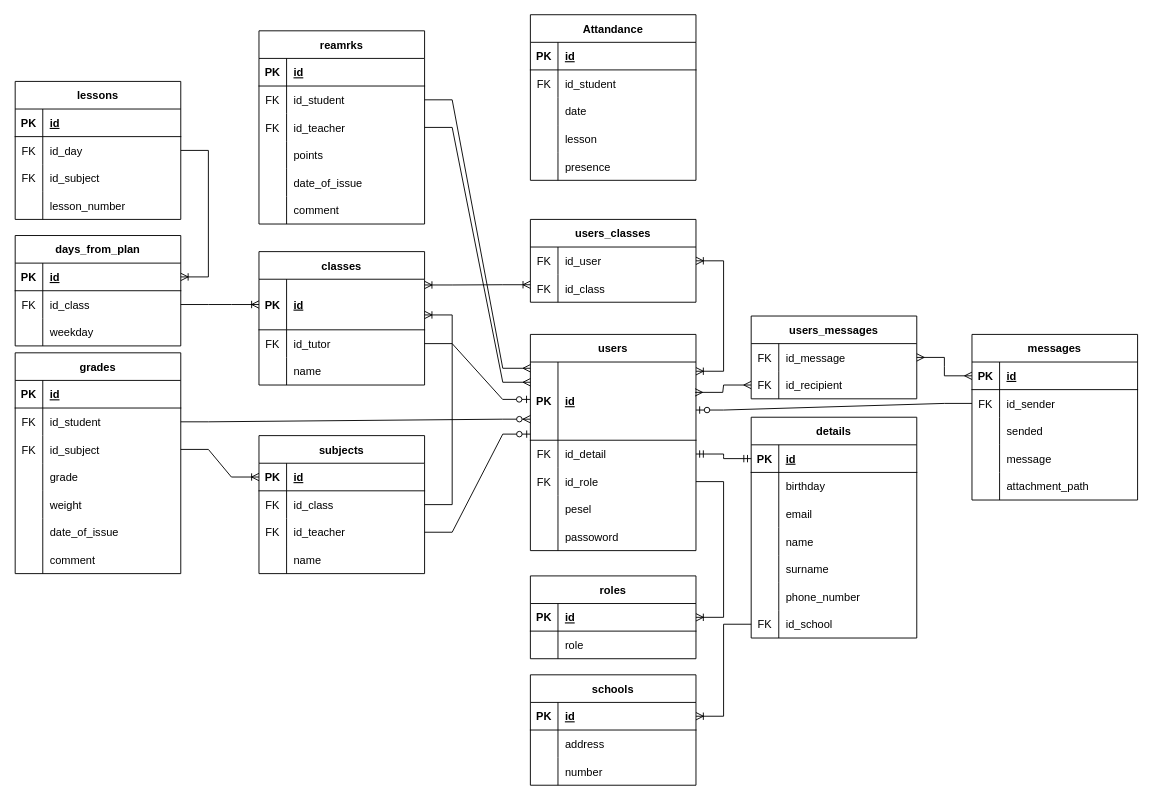
Above: Diarium.drawio in Wadowski-Mateusz/WdPAI (draw.io), before the change. Source tidied: cells renumbered, new cells numbered last; positions are measured from the earlier drawing's top-left corner, leaving out a move shared by most shapes. Both pictures are drawn from the tidied source at 92%, with x=0, y=0 at pixel (15, 14).
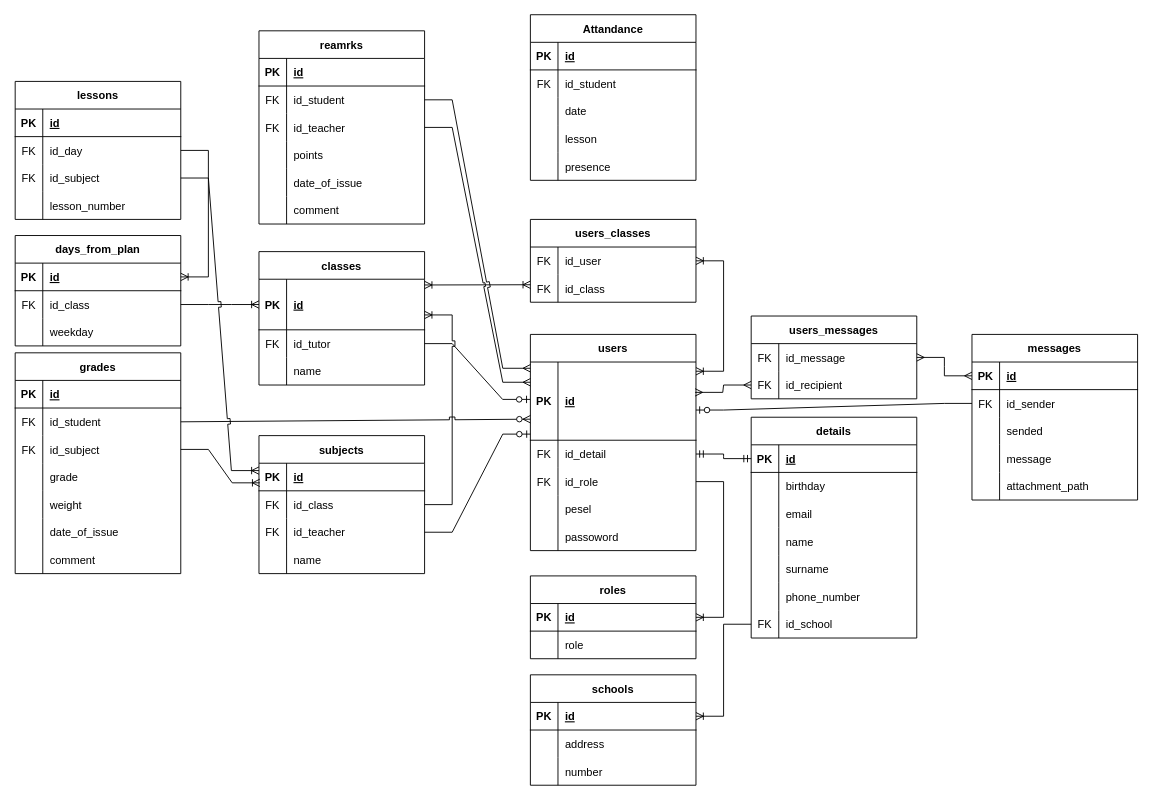
The same diagram, later.

Unchanged cells that the change refers to:
```xml
<mxCell id="6" style="shape=tableRow;horizontal=0;startSize=0;swimlaneHead=0;swimlaneBody=0;fillColor=none;points=[[0,0.5],[1,0.5]];portConstraint=eastwest;top=0;left=0;right=0;bottom=0;rounded=0;labelBackgroundColor=none;" parent="2" vertex="1">
  <mxGeometry y="60" width="180" height="30" as="geometry" />
</mxCell>
<mxCell id="9" style="shape=tableRow;horizontal=0;startSize=0;swimlaneHead=0;swimlaneBody=0;fillColor=none;points=[[0,0.5],[1,0.5]];portConstraint=eastwest;top=0;left=0;right=0;bottom=0;rounded=0;labelBackgroundColor=none;" parent="2" vertex="1">
  <mxGeometry y="90" width="180" height="30" as="geometry" />
</mxCell>
<mxCell id="24" value="classes" style="shape=table;startSize=30;childLayout=tableLayout;rowLines=0;fontStyle=1;align=center;rounded=0;labelBackgroundColor=none;" parent="1" vertex="1">
  <mxGeometry x="265" y="258" width="180" height="145" as="geometry" />
</mxCell>
<mxCell id="25" style="shape=tableRow;horizontal=0;startSize=0;swimlaneHead=0;swimlaneBody=0;fillColor=none;points=[[0,0.5],[1,0.5]];portConstraint=eastwest;top=0;left=0;right=0;bottom=1;rounded=0;labelBackgroundColor=none;" parent="24" vertex="1">
  <mxGeometry y="30" width="180" height="55" as="geometry" />
</mxCell>
<mxCell id="28" style="shape=tableRow;horizontal=0;startSize=0;swimlaneHead=0;swimlaneBody=0;fillColor=none;points=[[0,0.5],[1,0.5]];portConstraint=eastwest;top=0;left=0;right=0;bottom=0;rounded=0;labelBackgroundColor=none;" parent="24" vertex="1">
  <mxGeometry y="85" width="180" height="30" as="geometry" />
</mxCell>
<mxCell id="45" style="shape=tableRow;horizontal=0;startSize=0;swimlaneHead=0;swimlaneBody=0;fillColor=none;points=[[0,0.5],[1,0.5]];portConstraint=eastwest;top=0;left=0;right=0;bottom=1;rounded=0;labelBackgroundColor=none;" parent="44" vertex="1">
  <mxGeometry y="30" width="180" height="30" as="geometry" />
</mxCell>
<mxCell id="48" style="shape=tableRow;horizontal=0;startSize=0;swimlaneHead=0;swimlaneBody=0;fillColor=none;points=[[0,0.5],[1,0.5]];portConstraint=eastwest;top=0;left=0;right=0;bottom=0;rounded=0;labelBackgroundColor=none;" parent="44" vertex="1">
  <mxGeometry y="60" width="180" height="30" as="geometry" />
</mxCell>
<mxCell id="51" style="shape=tableRow;horizontal=0;startSize=0;swimlaneHead=0;swimlaneBody=0;fillColor=none;points=[[0,0.5],[1,0.5]];portConstraint=eastwest;top=0;left=0;right=0;bottom=0;rounded=0;labelBackgroundColor=none;" parent="44" vertex="1">
  <mxGeometry y="90" width="180" height="30" as="geometry" />
</mxCell>
<mxCell id="61" style="shape=tableRow;horizontal=0;startSize=0;swimlaneHead=0;swimlaneBody=0;fillColor=none;points=[[0,0.5],[1,0.5]];portConstraint=eastwest;top=0;left=0;right=0;bottom=0;rounded=0;labelBackgroundColor=none;" parent="57" vertex="1">
  <mxGeometry y="60" width="180" height="30" as="geometry" />
</mxCell>
<mxCell id="64" style="shape=tableRow;horizontal=0;startSize=0;swimlaneHead=0;swimlaneBody=0;fillColor=none;points=[[0,0.5],[1,0.5]];portConstraint=eastwest;top=0;left=0;right=0;bottom=0;rounded=0;labelBackgroundColor=none;" parent="57" vertex="1">
  <mxGeometry y="90" width="180" height="30" as="geometry" />
</mxCell>
<mxCell id="93" style="shape=tableRow;horizontal=0;startSize=0;swimlaneHead=0;swimlaneBody=0;fillColor=none;points=[[0,0.5],[1,0.5]];portConstraint=eastwest;top=0;left=0;right=0;bottom=1;rounded=0;labelBackgroundColor=none;" parent="92" vertex="1">
  <mxGeometry y="30" width="180" height="30" as="geometry" />
</mxCell>
<mxCell id="106" style="shape=tableRow;horizontal=0;startSize=0;swimlaneHead=0;swimlaneBody=0;fillColor=none;points=[[0,0.5],[1,0.5]];portConstraint=eastwest;top=0;left=0;right=0;bottom=0;rounded=0;labelBackgroundColor=none;" parent="102" vertex="1">
  <mxGeometry y="60" width="180" height="30" as="geometry" />
</mxCell>
<mxCell id="109" style="shape=tableRow;horizontal=0;startSize=0;swimlaneHead=0;swimlaneBody=0;fillColor=none;points=[[0,0.5],[1,0.5]];portConstraint=eastwest;top=0;left=0;right=0;bottom=0;rounded=0;labelBackgroundColor=none;" parent="102" vertex="1">
  <mxGeometry y="90" width="180" height="30" as="geometry" />
</mxCell>
<mxCell id="123" style="shape=tableRow;horizontal=0;startSize=0;swimlaneHead=0;swimlaneBody=0;fillColor=none;points=[[0,0.5],[1,0.5]];portConstraint=eastwest;top=0;left=0;right=0;bottom=1;rounded=0;labelBackgroundColor=none;" parent="122" vertex="1">
  <mxGeometry y="30" width="180" height="85" as="geometry" />
</mxCell>
```

Diff of the diagram source:
```diff
@@
-    <mxCell id="184" style="edgeStyle=entityRelationEdgeStyle;fontSize=12;html=1;endArrow=ERoneToMany;startArrow=ERoneToMany;rounded=0;exitX=1;exitY=0.25;exitDx=0;exitDy=0;labelBackgroundColor=none;fontColor=default;" parent="1" edge="1" source="24">
+    <mxCell id="184" style="edgeStyle=entityRelationEdgeStyle;fontSize=12;html=1;endArrow=ERoneToMany;startArrow=ERoneToMany;rounded=0;exitX=1;exitY=0.25;exitDx=0;exitDy=0;labelBackgroundColor=none;fontColor=default;jumpStyle=sharp;" parent="1" edge="1" source="24">
       <mxGeometry relative="1" as="geometry">
         <mxPoint x="560" y="294" as="targetPoint" />
       </mxGeometry>
     </mxCell>
@@
-    <mxCell id="187" style="edgeStyle=entityRelationEdgeStyle;fontSize=12;html=1;endArrow=ERzeroToOne;endFill=1;rounded=0;exitX=1;exitY=0.5;exitDx=0;exitDy=0;labelBackgroundColor=none;fontColor=default;entryX=-0.001;entryY=0.478;entryDx=0;entryDy=0;entryPerimeter=0;" parent="1" edge="1" source="28" target="123">
+    <mxCell id="187" style="edgeStyle=entityRelationEdgeStyle;fontSize=12;html=1;endArrow=ERzeroToOne;endFill=1;rounded=0;exitX=1;exitY=0.5;exitDx=0;exitDy=0;labelBackgroundColor=none;fontColor=default;entryX=-0.001;entryY=0.478;entryDx=0;entryDy=0;entryPerimeter=0;jumpStyle=sharp;" parent="1" edge="1" source="28" target="123">
       <mxGeometry relative="1" as="geometry" />
     </mxCell>
-    <mxCell id="188" style="edgeStyle=entityRelationEdgeStyle;fontSize=12;html=1;endArrow=ERoneToMany;rounded=0;exitX=1;exitY=0.5;exitDx=0;exitDy=0;entryX=1;entryY=0.5;entryDx=0;entryDy=0;labelBackgroundColor=none;fontColor=default;" parent="1" edge="1" source="106" target="93">
+    <mxCell id="188" style="edgeStyle=entityRelationEdgeStyle;fontSize=12;html=1;endArrow=ERoneToMany;rounded=0;exitX=1;exitY=0.5;exitDx=0;exitDy=0;entryX=1;entryY=0.5;entryDx=0;entryDy=0;labelBackgroundColor=none;fontColor=default;jumpStyle=sharp;" parent="1" edge="1" source="106" target="93">
       <mxGeometry relative="1" as="geometry" />
     </mxCell>
@@
-    <mxCell id="191" style="edgeStyle=entityRelationEdgeStyle;fontSize=12;html=1;endArrow=ERzeroToOne;endFill=1;rounded=0;exitX=1;exitY=0.5;exitDx=0;exitDy=0;entryX=0;entryY=0.922;entryDx=0;entryDy=0;entryPerimeter=0;labelBackgroundColor=none;fontColor=default;" parent="1" edge="1" source="51" target="123">
+    <mxCell id="191" style="edgeStyle=entityRelationEdgeStyle;fontSize=12;html=1;endArrow=ERzeroToOne;endFill=1;rounded=0;exitX=1;exitY=0.5;exitDx=0;exitDy=0;entryX=0;entryY=0.922;entryDx=0;entryDy=0;entryPerimeter=0;labelBackgroundColor=none;fontColor=default;jumpStyle=sharp;" parent="1" edge="1" source="51" target="123">
       <mxGeometry relative="1" as="geometry" />
     </mxCell>
-    <mxCell id="192" style="edgeStyle=entityRelationEdgeStyle;fontSize=12;html=1;endArrow=ERoneToMany;rounded=0;exitX=1;exitY=0.5;exitDx=0;exitDy=0;entryX=1;entryY=0.706;entryDx=0;entryDy=0;labelBackgroundColor=none;fontColor=default;entryPerimeter=0;" parent="1" edge="1" source="48" target="25">
+    <mxCell id="192" style="edgeStyle=entityRelationEdgeStyle;fontSize=12;html=1;endArrow=ERoneToMany;rounded=0;exitX=1;exitY=0.5;exitDx=0;exitDy=0;entryX=1;entryY=0.706;entryDx=0;entryDy=0;labelBackgroundColor=none;fontColor=default;entryPerimeter=0;jumpStyle=sharp;endSize=6;targetPerimeterSpacing=0;jumpSize=6;" parent="1" edge="1" source="48" target="25">
       <mxGeometry relative="1" as="geometry" />
     </mxCell>
-    <mxCell id="193" style="edgeStyle=entityRelationEdgeStyle;fontSize=12;html=1;endArrow=ERoneToMany;rounded=0;entryX=0;entryY=0.5;entryDx=0;entryDy=0;exitX=1;exitY=0.5;exitDx=0;exitDy=0;labelBackgroundColor=none;fontColor=default;" parent="1" edge="1" source="9" target="45">
+    <mxCell id="193" style="edgeStyle=entityRelationEdgeStyle;fontSize=12;html=1;endArrow=ERoneToMany;rounded=0;entryX=0.005;entryY=0.711;entryDx=0;entryDy=0;exitX=1;exitY=0.5;exitDx=0;exitDy=0;labelBackgroundColor=none;fontColor=default;entryPerimeter=0;" parent="1" edge="1" source="9" target="45">
       <mxGeometry relative="1" as="geometry" />
     </mxCell>
-    <mxCell id="194" style="edgeStyle=entityRelationEdgeStyle;fontSize=12;html=1;endArrow=ERzeroToMany;endFill=1;rounded=0;exitX=1;exitY=0.5;exitDx=0;exitDy=0;entryX=0;entryY=0.731;entryDx=0;entryDy=0;entryPerimeter=0;labelBackgroundColor=none;fontColor=default;" parent="1" edge="1" source="6" target="123">
+    <mxCell id="194" style="edgeStyle=entityRelationEdgeStyle;fontSize=12;html=1;endArrow=ERzeroToMany;endFill=1;rounded=0;exitX=1;exitY=0.5;exitDx=0;exitDy=0;entryX=0;entryY=0.731;entryDx=0;entryDy=0;entryPerimeter=0;labelBackgroundColor=none;fontColor=default;jumpStyle=sharp;" parent="1" edge="1" source="6" target="123">
       <mxGeometry relative="1" as="geometry" />
     </mxCell>
@@
-    <mxCell id="205" style="edgeStyle=entityRelationEdgeStyle;fontSize=12;html=1;endArrow=ERmany;rounded=0;exitX=1;exitY=0.5;exitDx=0;exitDy=0;entryX=0;entryY=0.08;entryDx=0;entryDy=0;entryPerimeter=0;" parent="1" edge="1" source="61" target="123">
+    <mxCell id="205" style="edgeStyle=entityRelationEdgeStyle;fontSize=12;html=1;endArrow=ERmany;rounded=0;exitX=1;exitY=0.5;exitDx=0;exitDy=0;entryX=0;entryY=0.08;entryDx=0;entryDy=0;entryPerimeter=0;jumpStyle=sharp;" parent="1" edge="1" source="61" target="123">
       <mxGeometry relative="1" as="geometry" />
     </mxCell>
-    <mxCell id="206" style="edgeStyle=entityRelationEdgeStyle;fontSize=12;html=1;endArrow=ERmany;rounded=0;exitX=1;exitY=0.5;exitDx=0;exitDy=0;" parent="1" edge="1" source="64">
+    <mxCell id="206" style="edgeStyle=entityRelationEdgeStyle;fontSize=12;html=1;endArrow=ERmany;rounded=0;exitX=1;exitY=0.5;exitDx=0;exitDy=0;jumpStyle=sharp;jumpSize=4;" parent="1" edge="1" source="64">
       <mxGeometry relative="1" as="geometry">
         <mxPoint x="560" y="400" as="targetPoint" />
       </mxGeometry>
     </mxCell>
+    <mxCell id="207" style="edgeStyle=entityRelationEdgeStyle;fontSize=12;html=1;endArrow=ERoneToMany;entryX=0;entryY=0.267;entryDx=0;entryDy=0;entryPerimeter=0;exitX=1;exitY=0.5;exitDx=0;exitDy=0;rounded=0;strokeWidth=1;endSize=6;jumpStyle=sharp;" parent="1" edge="1" source="109" target="45">
+      <mxGeometry relative="1" as="geometry" />
+    </mxCell>
```
